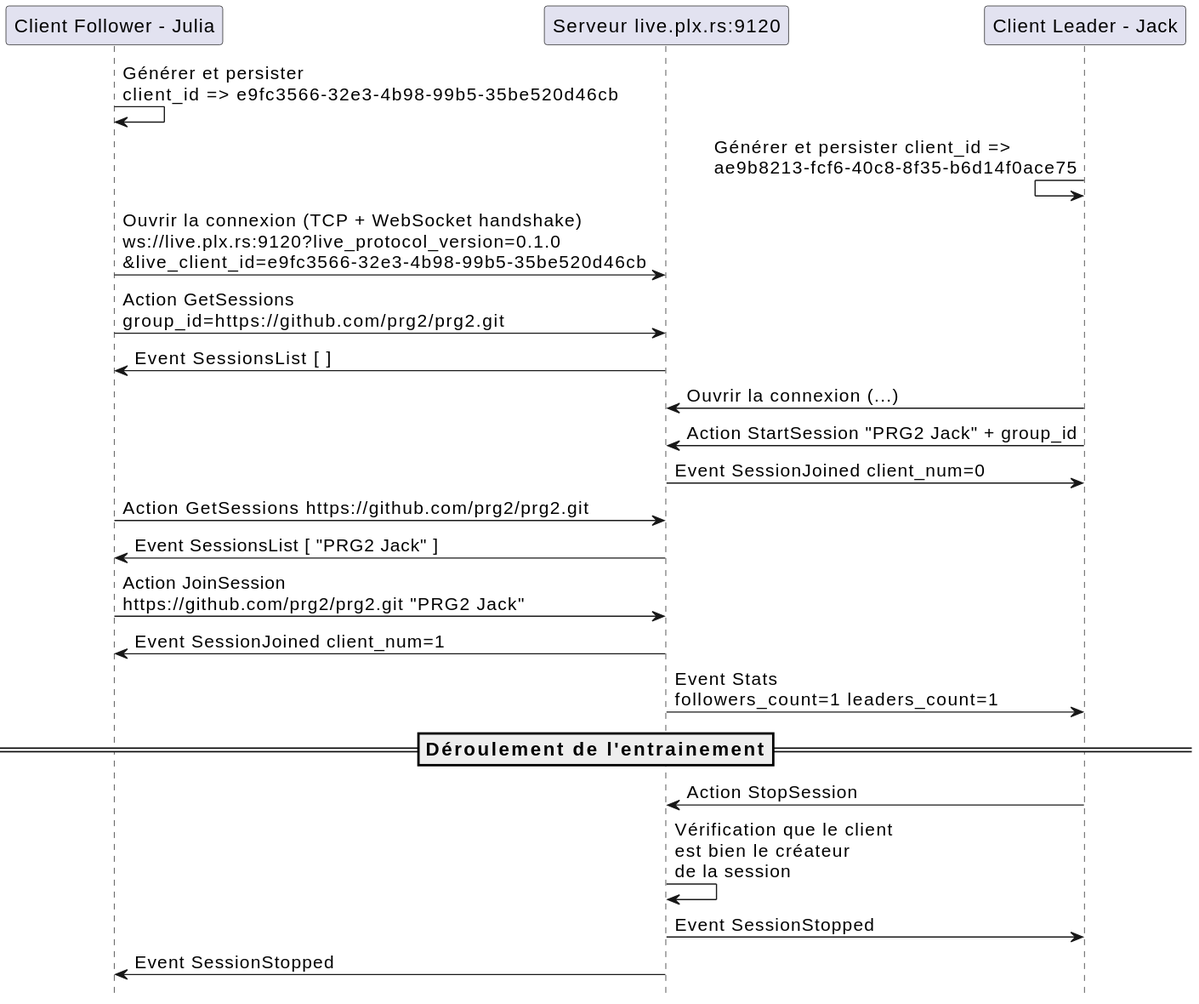
Above: report/protocol/diagrams/session.svg in samuelroland/tb-docs (PlantUML), before the change.
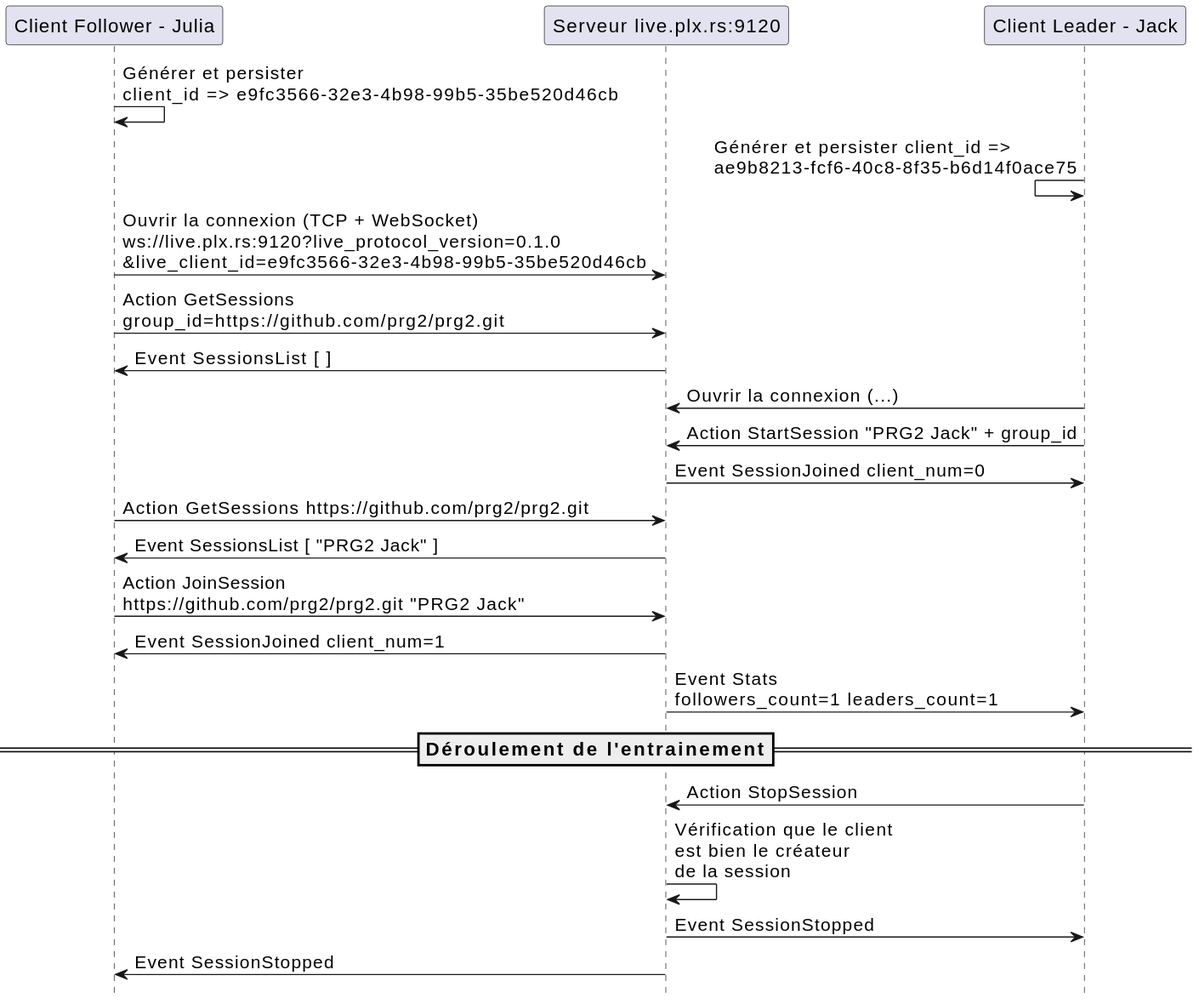
After the change.

Change to the diagram source:
```diff
@@ -10,7 +10,7 @@
 follower -> follower: Générer et persister\nclient_id => e9fc3566-32e3-4b98-99b5-35be520d46cb
 leader <- leader: Générer et persister client_id =>\nae9b8213-fcf6-40c8-8f35-b6d14f0ace75
 
-follower -> server: Ouvrir la connexion (TCP + WebSocket handshake)\nws://live.plx.rs:9120?live_protocol_version=0.1.0\n&live_client_id=e9fc3566-32e3-4b98-99b5-35be520d46cb
+follower -> server: Ouvrir la connexion (TCP + WebSocket)\nws://live.plx.rs:9120?live_protocol_version=0.1.0\n&live_client_id=e9fc3566-32e3-4b98-99b5-35be520d46cb
 follower -> server: Action GetSessions\ngroup_id=https://github.com/prg2/prg2.git
 server -> follower: Event SessionsList [  ]
 
```
